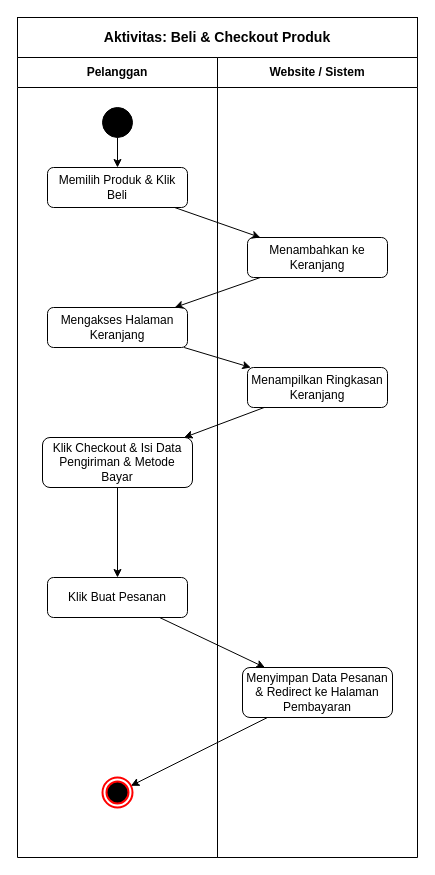
Earlier version of the draw.io diagram page "Activity: BeliProduk" (4 of 7) of diagram-macha/Macha_Diagrams.drawio (FikriBintangx/Macha). Source tidied: cells renumbered, new cells numbered last; positions are measured from the earlier drawing's top-left corner, leaving out a move shared by most shapes. Both pictures are drawn from the tidied source at 100%, with x=0, y=0 at pixel (17, 17).
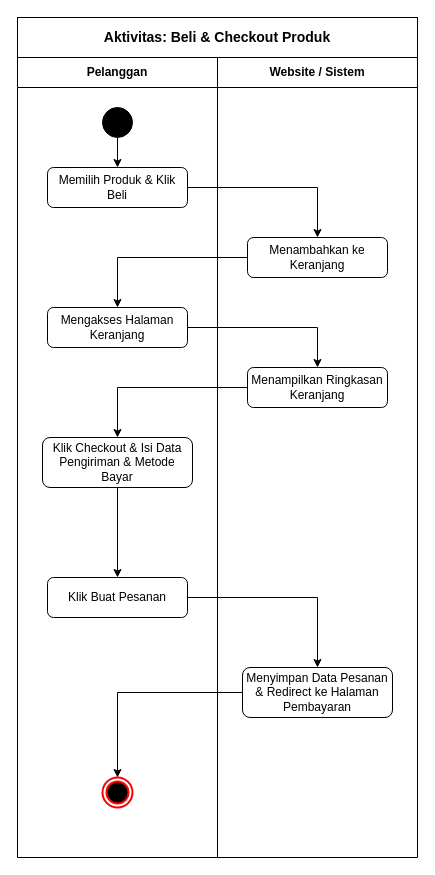
After the change.

Diff of the diagram source:
```diff
@@
-    <mxCell id="2" value="Aktivitas: Beli &amp; Checkout Produk" style="rounded=0;whiteSpace=wrap;html=1;fontStyle=1;fontSize=14;align=center;verticalAlign=middle;" parent="1" vertex="1">
+    <mxCell id="2" value="Aktivitas: Beli &amp; Checkout Produk" style="rounded=0;whiteSpace=wrap;html=1;fontStyle=1;fontSize=14;align=center;verticalAlign=middle;strokeColor=light-dark(#000000, #ffffff);fillColor=none;fontColor=light-dark(#000000, #ffffff);" parent="1" vertex="1">
       <mxGeometry width="400" height="40" as="geometry" />
     </mxCell>
-    <mxCell id="3" value="Pelanggan" style="swimlane;whiteSpace=wrap;html=1;startSize=30;" parent="1" vertex="1">
+    <mxCell id="3" value="Pelanggan" style="swimlane;whiteSpace=wrap;html=1;startSize=30;strokeColor=light-dark(#000000, #ffffff);fillColor=none;fontColor=light-dark(#000000, #ffffff);" parent="1" vertex="1">
       <mxGeometry y="40" width="200" height="800" as="geometry" />
     </mxCell>
-    <mxCell id="4" value="Website / Sistem" style="swimlane;whiteSpace=wrap;html=1;startSize=30;" parent="1" vertex="1">
+    <mxCell id="4" value="Website / Sistem" style="swimlane;whiteSpace=wrap;html=1;startSize=30;strokeColor=light-dark(#000000, #ffffff);fillColor=none;fontColor=light-dark(#000000, #ffffff);" parent="1" vertex="1">
       <mxGeometry x="200" y="40" width="200" height="800" as="geometry" />
     </mxCell>
-    <mxCell id="5" style="ellipse;whiteSpace=wrap;html=1;fillColor=#000000;" parent="3" vertex="1">
+    <mxCell id="5" style="ellipse;whiteSpace=wrap;html=1;fillColor=light-dark(#000000, #ffffff);strokeColor=light-dark(#000000, #ffffff);" parent="3" vertex="1">
       <mxGeometry x="85" y="50" width="30" height="30" as="geometry" />
     </mxCell>
-    <mxCell id="6" value="Memilih Produk &amp; Klik Beli" style="rounded=1;whiteSpace=wrap;html=1;" parent="3" vertex="1">
+    <mxCell id="6" value="Memilih Produk &amp; Klik Beli" style="rounded=1;whiteSpace=wrap;html=1;strokeColor=light-dark(#000000, #ffffff);fillColor=none;fontColor=light-dark(#000000, #ffffff);" parent="3" vertex="1">
       <mxGeometry x="30" y="110" width="140" height="40" as="geometry" />
     </mxCell>
-    <mxCell id="7" value="Mengakses Halaman Keranjang" style="rounded=1;whiteSpace=wrap;html=1;" parent="3" vertex="1">
+    <mxCell id="7" value="Mengakses Halaman Keranjang" style="rounded=1;whiteSpace=wrap;html=1;strokeColor=light-dark(#000000, #ffffff);fillColor=none;fontColor=light-dark(#000000, #ffffff);" parent="3" vertex="1">
       <mxGeometry x="30" y="250" width="140" height="40" as="geometry" />
     </mxCell>
-    <mxCell id="8" value="Klik Checkout &amp; Isi Data Pengiriman &amp; Metode Bayar" style="rounded=1;whiteSpace=wrap;html=1;" parent="3" vertex="1">
+    <mxCell id="8" value="Klik Checkout &amp; Isi Data Pengiriman &amp; Metode Bayar" style="rounded=1;whiteSpace=wrap;html=1;strokeColor=light-dark(#000000, #ffffff);fillColor=none;fontColor=light-dark(#000000, #ffffff);" parent="3" vertex="1">
       <mxGeometry x="25" y="380" width="150" height="50" as="geometry" />
     </mxCell>
-    <mxCell id="9" value="Klik Buat Pesanan" style="rounded=1;whiteSpace=wrap;html=1;" parent="3" vertex="1">
+    <mxCell id="9" value="Klik Buat Pesanan" style="rounded=1;whiteSpace=wrap;html=1;strokeColor=light-dark(#000000, #ffffff);fillColor=none;fontColor=light-dark(#000000, #ffffff);" parent="3" vertex="1">
       <mxGeometry x="30" y="520" width="140" height="40" as="geometry" />
     </mxCell>
-    <mxCell id="10" style="ellipse;html=1;shape=endState;fillColor=#000000;strokeColor=#ff0000;strokeWidth=2;" parent="3" vertex="1">
+    <mxCell id="10" style="ellipse;html=1;shape=endState;fillColor=light-dark(#000000, #ffffff);strokeColor=#ff0000;strokeWidth=2;" parent="3" vertex="1">
       <mxGeometry x="85" y="720" width="30" height="30" as="geometry" />
     </mxCell>
-    <mxCell id="11" value="Menambahkan ke Keranjang" style="rounded=1;whiteSpace=wrap;html=1;" parent="4" vertex="1">
+    <mxCell id="11" value="Menambahkan ke Keranjang" style="rounded=1;whiteSpace=wrap;html=1;strokeColor=light-dark(#000000, #ffffff);fillColor=none;fontColor=light-dark(#000000, #ffffff);" parent="4" vertex="1">
       <mxGeometry x="30" y="180" width="140" height="40" as="geometry" />
     </mxCell>
-    <mxCell id="12" value="Menampilkan Ringkasan Keranjang" style="rounded=1;whiteSpace=wrap;html=1;" parent="4" vertex="1">
+    <mxCell id="12" value="Menampilkan Ringkasan Keranjang" style="rounded=1;whiteSpace=wrap;html=1;strokeColor=light-dark(#000000, #ffffff);fillColor=none;fontColor=light-dark(#000000, #ffffff);" parent="4" vertex="1">
       <mxGeometry x="30" y="310" width="140" height="40" as="geometry" />
     </mxCell>
-    <mxCell id="13" value="Menyimpan Data Pesanan &amp; Redirect ke Halaman Pembayaran" style="rounded=1;whiteSpace=wrap;html=1;" parent="4" vertex="1">
+    <mxCell id="13" value="Menyimpan Data Pesanan &amp; Redirect ke Halaman Pembayaran" style="rounded=1;whiteSpace=wrap;html=1;strokeColor=light-dark(#000000, #ffffff);fillColor=none;fontColor=light-dark(#000000, #ffffff);" parent="4" vertex="1">
       <mxGeometry x="25" y="610" width="150" height="50" as="geometry" />
     </mxCell>
-    <mxCell id="14" parent="1" edge="1" source="5" target="6">
+    <mxCell id="14" style="edgeStyle=orthogonalEdgeStyle;rounded=0;jettySize=auto;html=1;strokeColor=light-dark(#000000, #ffffff);fillColor=none;" parent="1" edge="1" source="5" target="6">
       <mxGeometry relative="1" as="geometry" />
     </mxCell>
-    <mxCell id="15" parent="1" edge="1" source="6" target="11">
+    <mxCell id="15" style="edgeStyle=orthogonalEdgeStyle;rounded=0;jettySize=auto;html=1;strokeColor=light-dark(#000000, #ffffff);fillColor=none;" parent="1" edge="1" source="6" target="11">
       <mxGeometry relative="1" as="geometry" />
     </mxCell>
-    <mxCell id="16" parent="1" edge="1" source="11" target="7">
+    <mxCell id="16" style="edgeStyle=orthogonalEdgeStyle;rounded=0;jettySize=auto;html=1;strokeColor=light-dark(#000000, #ffffff);fillColor=none;" parent="1" edge="1" source="11" target="7">
       <mxGeometry relative="1" as="geometry" />
     </mxCell>
-    <mxCell id="17" parent="1" edge="1" source="7" target="12">
+    <mxCell id="17" style="edgeStyle=orthogonalEdgeStyle;rounded=0;jettySize=auto;html=1;strokeColor=light-dark(#000000, #ffffff);fillColor=none;" parent="1" edge="1" source="7" target="12">
       <mxGeometry relative="1" as="geometry" />
     </mxCell>
-    <mxCell id="18" parent="1" edge="1" source="12" target="8">
+    <mxCell id="18" style="edgeStyle=orthogonalEdgeStyle;rounded=0;jettySize=auto;html=1;strokeColor=light-dark(#000000, #ffffff);fillColor=none;" parent="1" edge="1" source="12" target="8">
       <mxGeometry relative="1" as="geometry" />
     </mxCell>
-    <mxCell id="19" parent="1" edge="1" source="8" target="9">
+    <mxCell id="19" style="edgeStyle=orthogonalEdgeStyle;rounded=0;jettySize=auto;html=1;strokeColor=light-dark(#000000, #ffffff);fillColor=none;" parent="1" edge="1" source="8" target="9">
       <mxGeometry relative="1" as="geometry" />
     </mxCell>
-    <mxCell id="20" parent="1" edge="1" source="9" target="13">
+    <mxCell id="20" style="edgeStyle=orthogonalEdgeStyle;rounded=0;jettySize=auto;html=1;strokeColor=light-dark(#000000, #ffffff);fillColor=none;" parent="1" edge="1" source="9" target="13">
       <mxGeometry relative="1" as="geometry" />
     </mxCell>
-    <mxCell id="21" parent="1" edge="1" source="13" target="10">
+    <mxCell id="21" style="edgeStyle=orthogonalEdgeStyle;rounded=0;jettySize=auto;html=1;strokeColor=light-dark(#000000, #ffffff);fillColor=none;" parent="1" edge="1" source="13" target="10">
       <mxGeometry relative="1" as="geometry" />
     </mxCell>
```
